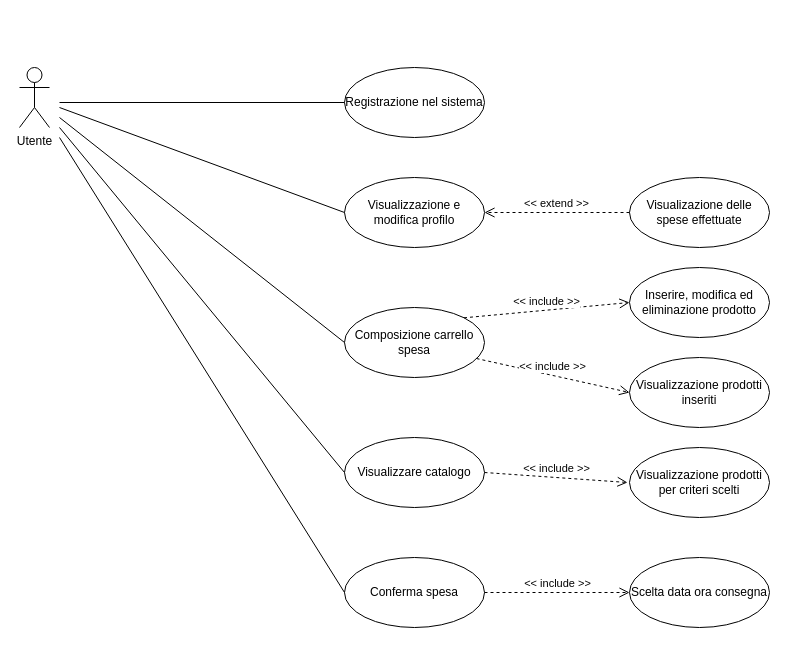
LorenzoMioso/ProgettoIngegneriaDelSoftware keeps this draw.io diagram as UseCaseUtente.drawio. Above is the earlier version. Source tidied: cells renumbered, new cells numbered last; positions are measured from the earlier drawing's top-left corner, leaving out a move shared by most shapes. Both pictures are drawn from the tidied source at 100%, with x=0, y=0 at pixel (19, 67).
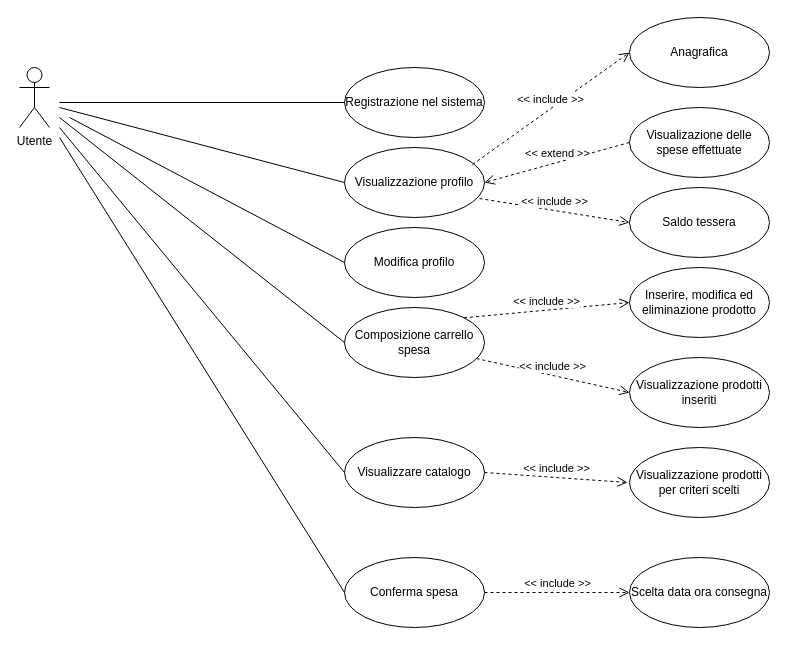
The same page after the edit.

Commit message (it also covers changes not shown here):
descrizione use cases

The edit, as a diff of the source:
```diff
@@
-    <mxCell id="19" value="Visualizzazione e modifica profilo" style="ellipse;whiteSpace=wrap;html=1;" parent="1" vertex="1">
-      <mxGeometry x="325" y="110" width="140" height="70" as="geometry" />
+    <mxCell id="19" value="Visualizzazione profilo" style="ellipse;whiteSpace=wrap;html=1;" parent="1" vertex="1">
+      <mxGeometry x="325" y="80" width="140" height="70" as="geometry" />
     </mxCell>
@@
     <mxCell id="21" value="Visualizazione delle spese effettuate" style="ellipse;whiteSpace=wrap;html=1;" parent="1" vertex="1">
-      <mxGeometry x="610" y="110" width="140" height="70" as="geometry" />
+      <mxGeometry x="610" y="40" width="140" height="70" as="geometry" />
     </mxCell>
@@
+    <mxCell id="23" value="Modifica profilo" style="ellipse;whiteSpace=wrap;html=1;" parent="1" vertex="1">
+      <mxGeometry x="325" y="160" width="140" height="70" as="geometry" />
+    </mxCell>
+    <mxCell id="24" style="endArrow=none;html=1;entryX=0;entryY=0.5;entryDx=0;entryDy=0;" parent="1" edge="1" target="23">
+      <mxGeometry relative="1" as="geometry">
+        <mxPoint x="50" y="50" as="sourcePoint" />
+      </mxGeometry>
+    </mxCell>
+    <mxCell id="25" value="Anagrafica" style="ellipse;whiteSpace=wrap;html=1;" parent="1" vertex="1">
+      <mxGeometry x="610" y="-50" width="140" height="70" as="geometry" />
+    </mxCell>
+    <mxCell id="26" value="Saldo tessera" style="ellipse;whiteSpace=wrap;html=1;" parent="1" vertex="1">
+      <mxGeometry x="610" y="120" width="140" height="70" as="geometry" />
+    </mxCell>
+    <mxCell id="27" value="&amp;lt;&amp;lt; include &amp;gt;&amp;gt;" style="html=1;verticalAlign=bottom;endArrow=open;dashed=1;endSize=8;entryX=0;entryY=0.5;entryDx=0;entryDy=0;exitX=0.914;exitY=0.243;exitDx=0;exitDy=0;exitPerimeter=0;" parent="1" edge="1" source="19" target="25">
+      <mxGeometry relative="1" as="geometry" />
+    </mxCell>
+    <mxCell id="28" value="&amp;lt;&amp;lt; include &amp;gt;&amp;gt;" style="html=1;verticalAlign=bottom;endArrow=open;dashed=1;endSize=8;entryX=0;entryY=0.5;entryDx=0;entryDy=0;exitX=0.964;exitY=0.729;exitDx=0;exitDy=0;exitPerimeter=0;" parent="1" edge="1" source="19" target="26">
+      <mxGeometry relative="1" as="geometry" />
+    </mxCell>
```
